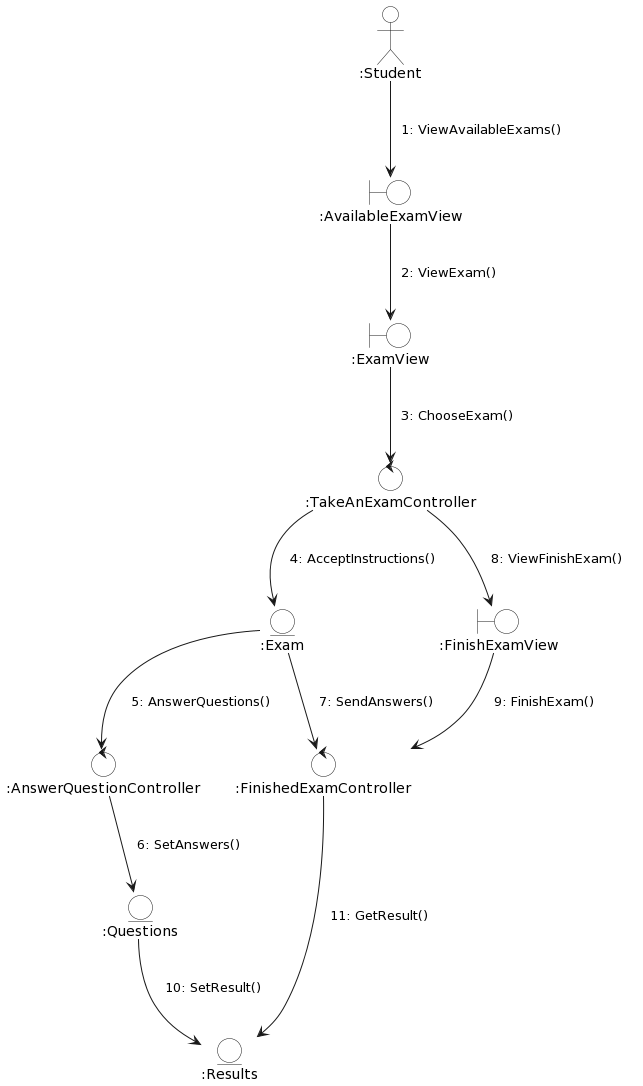
Before: docs/logicalView/analysisView/useCaseAnalysis/DiagramaColaboracionPresentarExamen/DiagramaColaboracionPresentarExamen.png, a diagram exported from PlantUML (Carverz/IS-022023_Proyecto-Grupo-4). Its diagram source:
```plantuml
@startuml
skinparam EntityBackgroundColor white
skinparam BoundaryBackgroundColor white
skinparam ControlBackgroundColor white
skinparam ActorBackgroundColor white
skinparam noteBackgroundColor transparent
skinparam noteBorderColor transparent
hide members
top to bottom direction

actor ":Student" as estudiante

control ":TakeAnExamController" as presentar
control ":FinishedExamController" as Finalizado
control ":AnswerQuestionController" as Crespuestas
entity ":Exam" as Examen
Entity ":Questions" as Pregunta
Entity ":Results" as Resultado
boundary ":AvailableExamView" as VerExamen
boundary ":ExamView" as Ver
boundary ":FinishExamView" as Finalizar

estudiante --> VerExamen
note on link
    1: ViewAvailableExams()
end note

VerExamen --> Ver
note on link
    2: ViewExam()
end note

Ver --> presentar
note on link
    3: ChooseExam()
end note

presentar --> Examen
note on link
    4: AcceptInstructions()
end note

Examen --> Crespuestas
note on link
    5: AnswerQuestions()
end note

Crespuestas --> Pregunta
note on link
    6: SetAnswers()
end note

Examen --> Finalizado
note on link
    7: SendAnswers()
end note

presentar --> Finalizar
note on link
    8: ViewFinishExam()
end note

Finalizar --> Finalizado
note on link
    9: FinishExam()
end note

Pregunta --> Resultado
note on link
    10: SetResult()
end note

Finalizado --> Resultado
note on link
    11: GetResult()
end note
@enduml
```
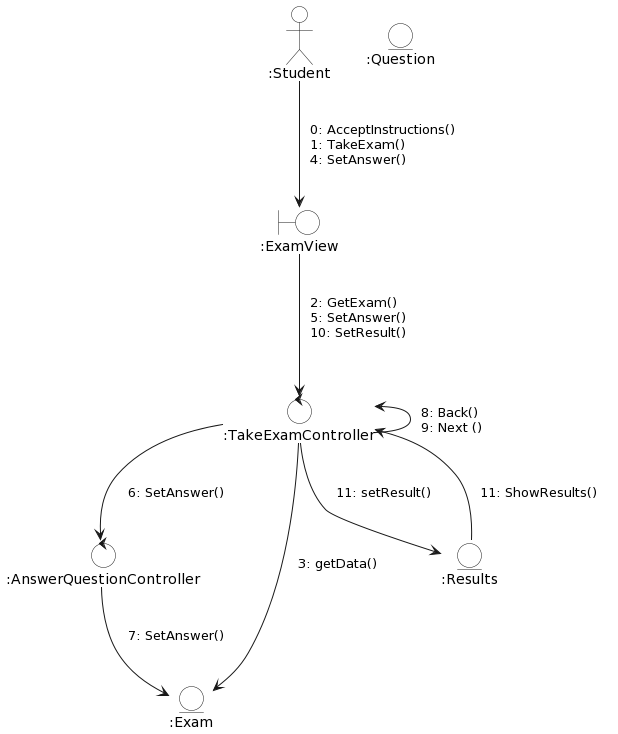
The same diagram one commit later.

Commit message:
Cambios en diagramas de analisis y colaboracion de presentar examen

What changed in the source:
```diff
@@ -10,68 +10,56 @@
 
 actor ":Student" as estudiante
 
-control ":TakeAnExamController" as presentar
-control ":FinishedExamController" as Finalizado
-control ":AnswerQuestionController" as Crespuestas
+control ":TakeExamController" as presentar
+control ":AnswerQuestionController" as Responder
 entity ":Exam" as Examen
-Entity ":Questions" as Pregunta
 Entity ":Results" as Resultado
-boundary ":AvailableExamView" as VerExamen
+entity ":Question" as Pregunta
 boundary ":ExamView" as Ver
-boundary ":FinishExamView" as Finalizar
 
-estudiante --> VerExamen
+estudiante --> Ver
 note on link
-    1: ViewAvailableExams()
-end note
-
-VerExamen --> Ver
-note on link
-    2: ViewExam()
+    0: AcceptInstructions()
+    1: TakeExam()
+    4: SetAnswer()
 end note
 
 Ver --> presentar
 note on link
-    3: ChooseExam()
+    2: GetExam()
+    5: SetAnswer()
+    10: SetResult()
+
+end note
+
+presentar <-- presentar
+note on link
+    8: Back()
+    9: Next ()
 end note
 
 presentar --> Examen
 note on link
-    4: AcceptInstructions()
+    3: getData()
 end note
 
-Examen --> Crespuestas
+presentar --> Resultado
 note on link
-    5: AnswerQuestions()
+    11: setResult()
 end note
 
-Crespuestas --> Pregunta
+presentar --> Responder
 note on link
-    6: SetAnswers()
+    6: SetAnswer()
 end note
 
-Examen --> Finalizado
+Responder --> Examen
 note on link
-    7: SendAnswers()
+    7: SetAnswer()
 end note
 
-presentar --> Finalizar
+Resultado -->  presentar
 note on link
-    8: ViewFinishExam()
-end note
-
-Finalizar --> Finalizado
-note on link
-    9: FinishExam()
-end note
-
-Pregunta --> Resultado
-note on link
-    10: SetResult()
-end note
-
-Finalizado --> Resultado
-note on link
-    11: GetResult()
+    11: ShowResults()
 end note
 @enduml
```
